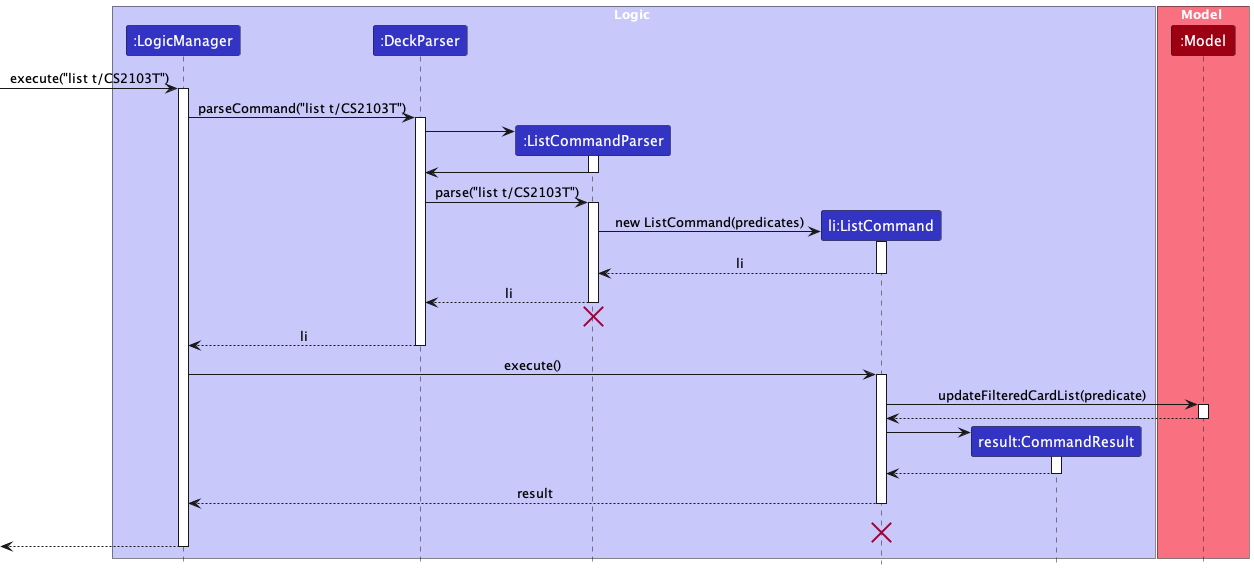
This is docs/images/FilterByTagSequenceDiagram.png from nus-cs2103-AY2324S1/tp, a PlantUML export, as it was before one commit. Source of this version:
```plantuml
@startuml
!include style.puml
skinparam ArrowFontStyle plain

box Logic LOGIC_COLOR_T1
participant ":LogicManager" as LogicManager LOGIC_COLOR
participant ":DeckParser" as DeckParser LOGIC_COLOR
participant ":ListCommandParser" as ListCommandParser LOGIC_COLOR
participant "li:ListCommand" as ListCommand LOGIC_COLOR
participant "result:CommandResult" as CommandResult LOGIC_COLOR
end box

box Model MODEL_COLOR_T1
participant ":Model" as Model MODEL_COLOR
end box
[-> LogicManager : execute("list t/CS2103T")
activate LogicManager

LogicManager -> DeckParser : parseCommand("list t/CS2103T")
activate DeckParser

create ListCommandParser
DeckParser -> ListCommandParser
activate ListCommandParser
ListCommandParser -> DeckParser
deactivate ListCommandParser

DeckParser -> ListCommandParser : parse("list t/CS2103T")
activate ListCommandParser

create ListCommand
ListCommandParser -> ListCommand : new ListCommand(predicates)
activate ListCommand

ListCommand --> ListCommandParser : li
deactivate ListCommand

ListCommandParser --> DeckParser : li
deactivate ListCommandParser
ListCommandParser -[hidden]-> DeckParser
destroy ListCommandParser

DeckParser --> LogicManager : li
deactivate DeckParser

LogicManager -> ListCommand : execute()
activate ListCommand

ListCommand -> Model : updateFilteredCardList(predicate)
activate Model

Model --> ListCommand
deactivate Model

create CommandResult
ListCommand -> CommandResult
activate CommandResult
CommandResult --> ListCommand
deactivate CommandResult

ListCommand --> LogicManager : result
deactivate ListCommand
ListCommand -[hidden]-> LogicManager : result
destroy ListCommand

[<--LogicManager
deactivate LogicManager
@enduml
```
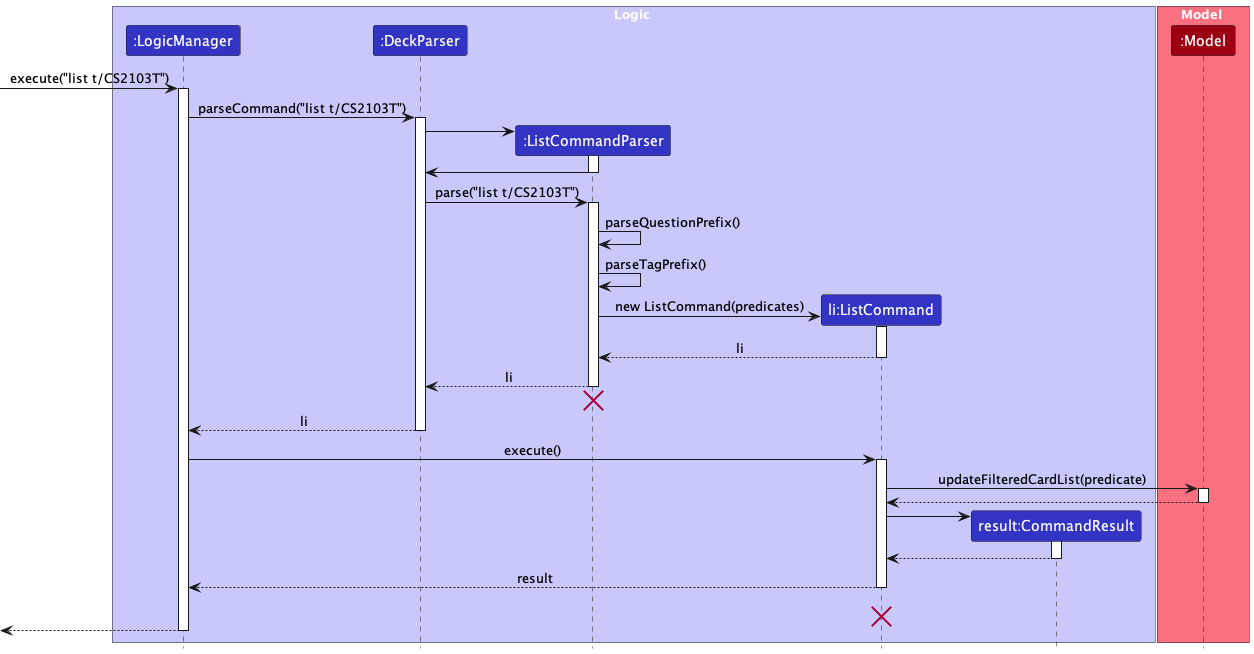
The same diagram one commit later.

The edit, as a diff of the source:
```diff
@@ -27,6 +27,9 @@
 
 DeckParser -> ListCommandParser : parse("list t/CS2103T")
 activate ListCommandParser
+
+ListCommandParser -> ListCommandParser : parseQuestionPrefix()
+ListCommandParser -> ListCommandParser : parseTagPrefix()
 
 create ListCommand
 ListCommandParser -> ListCommand : new ListCommand(predicates)
```
